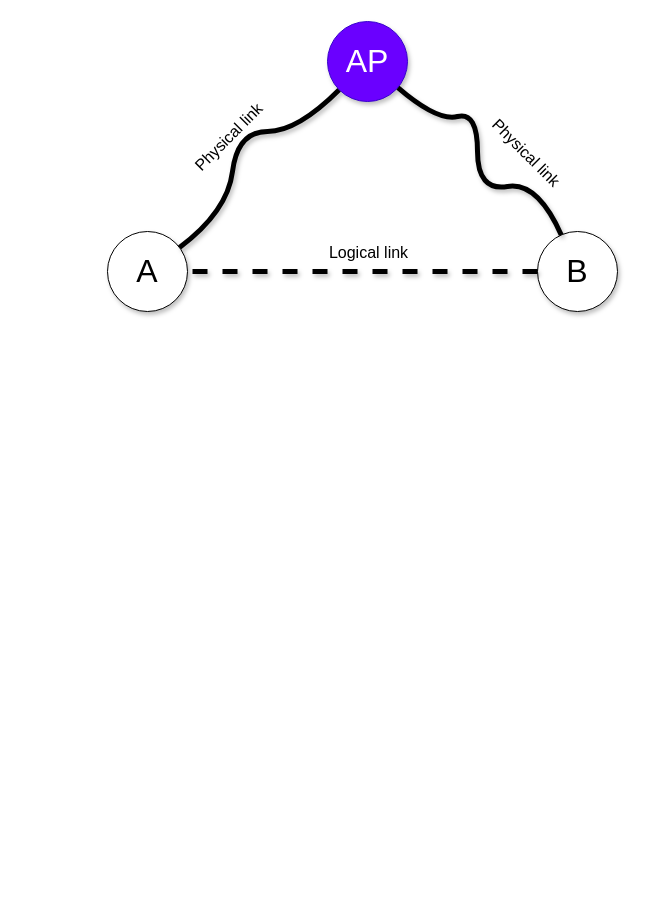
This is communications/drawings/ap_access.drawio from deavmi/anarchy-networks-book, a draw.io file, before an edit. Source tidied: cells renumbered, new cells numbered last; positions are measured from the earlier drawing's top-left corner, leaving out a move shared by most shapes. Both pictures are drawn from the tidied source at 100%, with x=0, y=0 at pixel (107, 21).
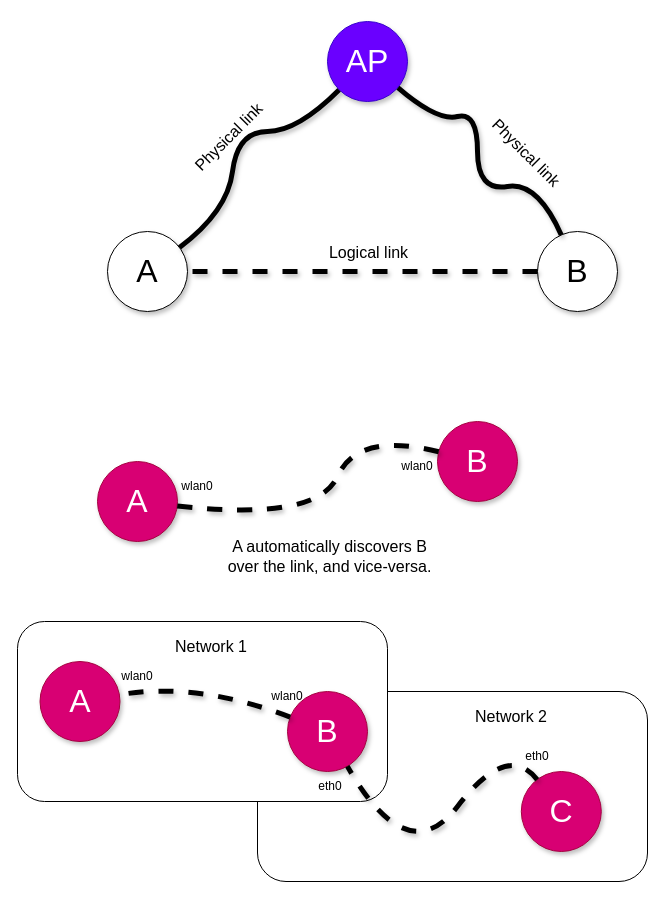
The same diagram, later.

What changed in the source:
```diff
@@
+    <mxCell id="11" value="&lt;font style=&quot;font-size: 32px;&quot;&gt;A&lt;/font&gt;" style="ellipse;whiteSpace=wrap;html=1;shadow=1;fillColor=#d80073;fontColor=#ffffff;strokeColor=#A50040;" parent="1" vertex="1">
+      <mxGeometry x="-10" y="440" width="80" height="80" as="geometry" />
+    </mxCell>
+    <mxCell id="12" value="&lt;font style=&quot;font-size: 32px;&quot;&gt;B&lt;/font&gt;" style="ellipse;whiteSpace=wrap;html=1;shadow=1;fillColor=#d80073;fontColor=#ffffff;strokeColor=#A50040;" parent="1" vertex="1">
+      <mxGeometry x="330" y="400" width="80" height="80" as="geometry" />
+    </mxCell>
+    <mxCell id="13" style="rounded=1;whiteSpace=wrap;html=1;" parent="1" vertex="1">
+      <mxGeometry x="150" y="670" width="390" height="190" as="geometry" />
+    </mxCell>
+    <mxCell id="14" style="endArrow=none;html=1;rounded=0;strokeWidth=5;dashed=1;shadow=1;curved=1;" parent="1" edge="1" source="12" target="11">
+      <mxGeometry relative="1" as="geometry">
+        <Array as="points">
+          <mxPoint x="250" y="410" />
+          <mxPoint x="210" y="500" />
+        </Array>
+      </mxGeometry>
+    </mxCell>
+    <mxCell id="15" value="&lt;font style=&quot;font-size: 16px;&quot;&gt;A automatically discovers B over the link, and vice-versa.&lt;/font&gt;" style="text;html=1;align=center;verticalAlign=middle;whiteSpace=wrap;rounded=0;" parent="1" vertex="1">
+      <mxGeometry x="115" y="520" width="215" height="30" as="geometry" />
+    </mxCell>
+    <mxCell id="16" style="rounded=1;whiteSpace=wrap;html=1;glass=0;strokeColor=default;" parent="1" vertex="1">
+      <mxGeometry x="-90" y="600" width="370" height="180" as="geometry" />
+    </mxCell>
+    <mxCell id="17" value="&lt;font style=&quot;font-size: 16px;&quot;&gt;Network 1&lt;/font&gt;" style="text;html=1;align=center;verticalAlign=middle;whiteSpace=wrap;rounded=0;" parent="1" vertex="1">
+      <mxGeometry x="-20" y="610" width="247.5" height="30" as="geometry" />
+    </mxCell>
+    <mxCell id="18" value="&lt;font style=&quot;font-size: 32px;&quot;&gt;A&lt;/font&gt;" style="ellipse;whiteSpace=wrap;html=1;shadow=1;fillColor=#d80073;fontColor=#ffffff;strokeColor=#A50040;" parent="1" vertex="1">
+      <mxGeometry x="-67.5" y="640" width="80" height="80" as="geometry" />
+    </mxCell>
+    <mxCell id="19" value="&lt;font style=&quot;font-size: 32px;&quot;&gt;B&lt;/font&gt;" style="ellipse;whiteSpace=wrap;html=1;shadow=1;fillColor=#d80073;fontColor=#ffffff;strokeColor=#A50040;" parent="1" vertex="1">
+      <mxGeometry x="180" y="670" width="80" height="80" as="geometry" />
+    </mxCell>
+    <mxCell id="20" style="endArrow=none;html=1;rounded=0;strokeWidth=5;dashed=1;shadow=1;curved=1;" parent="1" edge="1" source="19" target="18">
+      <mxGeometry relative="1" as="geometry">
+        <Array as="points">
+          <mxPoint x="90" y="660" />
+        </Array>
+      </mxGeometry>
+    </mxCell>
+    <mxCell id="21" value="&lt;font style=&quot;font-size: 16px;&quot;&gt;Network 2&lt;/font&gt;" style="text;html=1;align=center;verticalAlign=middle;whiteSpace=wrap;rounded=0;" parent="1" vertex="1">
+      <mxGeometry x="280" y="680" width="247.5" height="30" as="geometry" />
+    </mxCell>
+    <mxCell id="22" value="&lt;font style=&quot;font-size: 32px;&quot;&gt;C&lt;/font&gt;" style="ellipse;whiteSpace=wrap;html=1;shadow=1;fillColor=#d80073;fontColor=#ffffff;strokeColor=#A50040;" parent="1" vertex="1">
+      <mxGeometry x="413.8" y="750" width="80" height="80" as="geometry" />
+    </mxCell>
+    <mxCell id="23" style="endArrow=none;html=1;rounded=0;strokeWidth=5;dashed=1;shadow=1;curved=1;" parent="1" edge="1" source="22" target="19">
+      <mxGeometry relative="1" as="geometry">
+        <Array as="points">
+          <mxPoint x="400" y="720" />
+          <mxPoint x="300" y="850" />
+        </Array>
+      </mxGeometry>
+    </mxCell>
+    <mxCell id="24" value="wlan0" style="text;html=1;align=center;verticalAlign=middle;whiteSpace=wrap;rounded=0;" parent="1" vertex="1">
+      <mxGeometry x="60" y="450" width="60" height="30" as="geometry" />
+    </mxCell>
+    <mxCell id="25" value="wlan0" style="text;html=1;align=center;verticalAlign=middle;whiteSpace=wrap;rounded=0;" parent="1" vertex="1">
+      <mxGeometry x="280" y="430" width="60" height="30" as="geometry" />
+    </mxCell>
+    <mxCell id="26" value="eth0" style="text;html=1;align=center;verticalAlign=middle;whiteSpace=wrap;rounded=0;" parent="1" vertex="1">
+      <mxGeometry x="192.5" y="750" width="60" height="30" as="geometry" />
+    </mxCell>
+    <mxCell id="27" value="eth0" style="text;html=1;align=center;verticalAlign=middle;whiteSpace=wrap;rounded=0;" parent="1" vertex="1">
+      <mxGeometry x="400" y="720" width="60" height="30" as="geometry" />
+    </mxCell>
+    <mxCell id="28" value="wlan0" style="text;html=1;align=center;verticalAlign=middle;whiteSpace=wrap;rounded=0;" parent="1" vertex="1">
+      <mxGeometry y="640" width="60" height="30" as="geometry" />
+    </mxCell>
+    <mxCell id="29" value="wlan0" style="text;html=1;align=center;verticalAlign=middle;whiteSpace=wrap;rounded=0;" parent="1" vertex="1">
+      <mxGeometry x="150" y="660" width="60" height="30" as="geometry" />
+    </mxCell>
```
